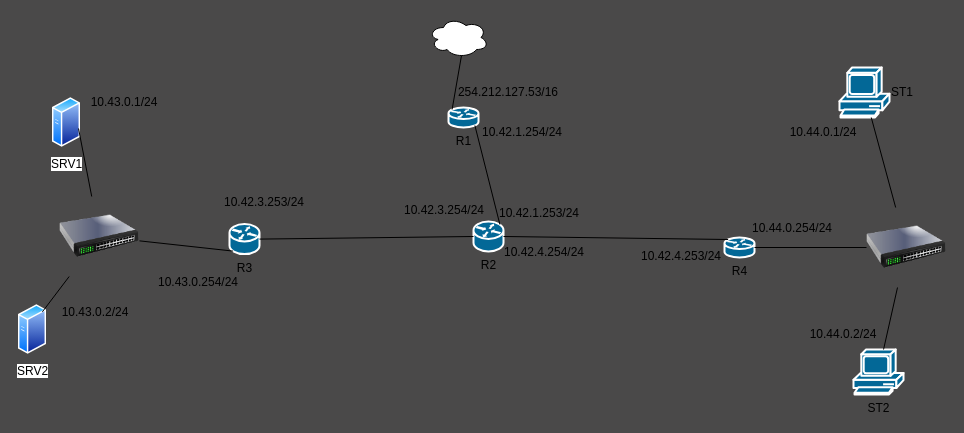
Above: Exercice3/schema.drawio in BarthBruvori/epsi-asrc-b2m2-tp1-routage (draw.io), before the change. Source tidied: cells renumbered, new cells numbered last; positions are measured from the earlier drawing's top-left corner, leaving out a move shared by most shapes. Both pictures are drawn from the tidied source at 100%, with x=0, y=0 at pixel (18, 17).
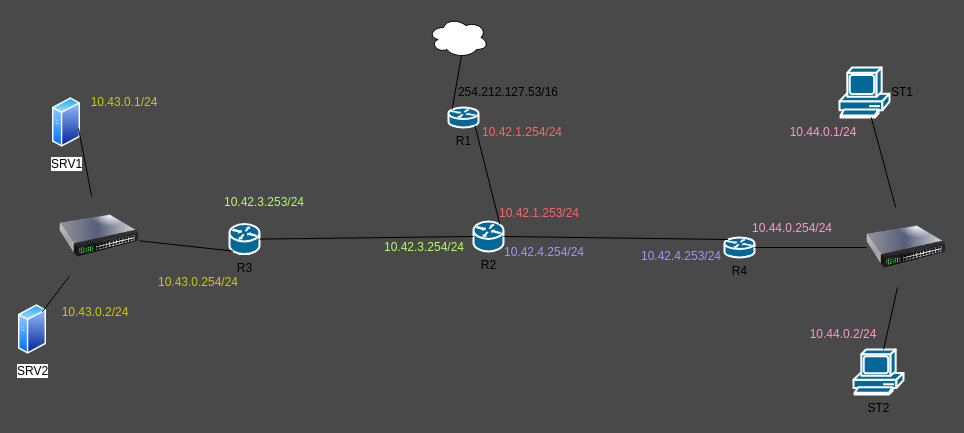
The same page after the edit.

The edit, as a diff of the source:
```diff
@@
-    <mxCell id="23" value="10.42.1.254/24" style="text;html=1;strokeColor=none;fillColor=none;align=center;verticalAlign=middle;whiteSpace=wrap;rounded=0;" parent="1" vertex="1">
+    <mxCell id="23" value="10.42.1.254/24" style="text;html=1;strokeColor=none;fillColor=none;align=center;verticalAlign=middle;whiteSpace=wrap;rounded=0;fontColor=#FF6666;" parent="1" vertex="1">
       <mxGeometry x="455" y="100" width="98" height="30" as="geometry" />
     </mxCell>
-    <mxCell id="24" value="10.42.1.253/24" style="text;html=1;strokeColor=none;fillColor=none;align=center;verticalAlign=middle;whiteSpace=wrap;rounded=0;" parent="1" vertex="1">
+    <mxCell id="24" value="10.42.1.253/24" style="text;html=1;strokeColor=none;fillColor=none;align=center;verticalAlign=middle;whiteSpace=wrap;rounded=0;fontColor=#FF6666;" parent="1" vertex="1">
       <mxGeometry x="472" y="181" width="98" height="30" as="geometry" />
     </mxCell>
-    <mxCell id="25" value="10.42.3.254/24" style="text;html=1;strokeColor=none;fillColor=none;align=center;verticalAlign=middle;whiteSpace=wrap;rounded=0;" parent="1" vertex="1">
-      <mxGeometry x="377" y="178" width="98" height="30" as="geometry" />
+    <mxCell id="25" value="10.42.3.254/24" style="text;html=1;strokeColor=none;fillColor=none;align=center;verticalAlign=middle;whiteSpace=wrap;rounded=0;fontColor=#B3FF66;" parent="1" vertex="1">
+      <mxGeometry x="357" y="215" width="98" height="30" as="geometry" />
     </mxCell>
-    <mxCell id="26" value="10.42.3.253/24" style="text;html=1;strokeColor=none;fillColor=none;align=center;verticalAlign=middle;whiteSpace=wrap;rounded=0;" parent="1" vertex="1">
+    <mxCell id="26" value="10.42.3.253/24" style="text;html=1;strokeColor=none;fillColor=none;align=center;verticalAlign=middle;whiteSpace=wrap;rounded=0;fontColor=#B3FF66;" parent="1" vertex="1">
       <mxGeometry x="197" y="170" width="98" height="30" as="geometry" />
     </mxCell>
-    <mxCell id="27" value="10.42.4.254/24" style="text;html=1;strokeColor=none;fillColor=none;align=center;verticalAlign=middle;whiteSpace=wrap;rounded=0;" parent="1" vertex="1">
+    <mxCell id="27" value="10.42.4.254/24" style="text;html=1;strokeColor=none;fillColor=none;align=center;verticalAlign=middle;whiteSpace=wrap;rounded=0;fontColor=#9999FF;" parent="1" vertex="1">
       <mxGeometry x="477" y="220" width="98" height="30" as="geometry" />
     </mxCell>
-    <mxCell id="28" value="10.42.4.253/24" style="text;html=1;strokeColor=none;fillColor=none;align=center;verticalAlign=middle;whiteSpace=wrap;rounded=0;" parent="1" vertex="1">
+    <mxCell id="28" value="10.42.4.253/24" style="text;html=1;strokeColor=none;fillColor=none;align=center;verticalAlign=middle;whiteSpace=wrap;rounded=0;fontColor=#9999FF;" parent="1" vertex="1">
       <mxGeometry x="614" y="224" width="98" height="30" as="geometry" />
     </mxCell>
-    <mxCell id="29" value="10.43.0.254/24" style="text;html=1;strokeColor=none;fillColor=none;align=center;verticalAlign=middle;whiteSpace=wrap;rounded=0;" parent="1" vertex="1">
+    <mxCell id="29" value="10.43.0.254/24" style="text;html=1;strokeColor=none;fillColor=none;align=center;verticalAlign=middle;whiteSpace=wrap;rounded=0;fontColor=#CCCC00;" parent="1" vertex="1">
       <mxGeometry x="131" y="250" width="98" height="30" as="geometry" />
     </mxCell>
-    <mxCell id="30" value="10.43.0.1/24" style="text;html=1;strokeColor=none;fillColor=none;align=center;verticalAlign=middle;whiteSpace=wrap;rounded=0;" parent="1" vertex="1">
+    <mxCell id="30" value="10.43.0.1/24" style="text;html=1;strokeColor=none;fillColor=none;align=center;verticalAlign=middle;whiteSpace=wrap;rounded=0;fontColor=#CCCC00;" parent="1" vertex="1">
       <mxGeometry x="57" y="70" width="98" height="30" as="geometry" />
     </mxCell>
-    <mxCell id="31" value="10.43.0.2/24" style="text;html=1;strokeColor=none;fillColor=none;align=center;verticalAlign=middle;whiteSpace=wrap;rounded=0;" parent="1" vertex="1">
+    <mxCell id="31" value="10.43.0.2/24" style="text;html=1;strokeColor=none;fillColor=none;align=center;verticalAlign=middle;whiteSpace=wrap;rounded=0;fontColor=#CCCC00;" parent="1" vertex="1">
       <mxGeometry x="28" y="280" width="98" height="30" as="geometry" />
     </mxCell>
-    <mxCell id="32" value="10.44.0.254/24" style="text;html=1;strokeColor=none;fillColor=none;align=center;verticalAlign=middle;whiteSpace=wrap;rounded=0;" parent="1" vertex="1">
+    <mxCell id="32" value="10.44.0.254/24" style="text;html=1;strokeColor=none;fillColor=none;align=center;verticalAlign=middle;whiteSpace=wrap;rounded=0;fontColor=#FF99CC;" parent="1" vertex="1">
       <mxGeometry x="725" y="196" width="98" height="30" as="geometry" />
     </mxCell>
-    <mxCell id="33" value="10.44.0.1/24" style="text;html=1;strokeColor=none;fillColor=none;align=center;verticalAlign=middle;whiteSpace=wrap;rounded=0;" parent="1" vertex="1">
+    <mxCell id="33" value="10.44.0.1/24" style="text;html=1;strokeColor=none;fillColor=none;align=center;verticalAlign=middle;whiteSpace=wrap;rounded=0;fontColor=#FF99CC;" parent="1" vertex="1">
       <mxGeometry x="756" y="100" width="98" height="30" as="geometry" />
     </mxCell>
-    <mxCell id="34" value="10.44.0.2/24" style="text;html=1;strokeColor=none;fillColor=none;align=center;verticalAlign=middle;whiteSpace=wrap;rounded=0;" parent="1" vertex="1">
+    <mxCell id="34" value="10.44.0.2/24" style="text;html=1;strokeColor=none;fillColor=none;align=center;verticalAlign=middle;whiteSpace=wrap;rounded=0;fontColor=#FF99CC;" parent="1" vertex="1">
       <mxGeometry x="776" y="302" width="98" height="30" as="geometry" />
     </mxCell>
```
